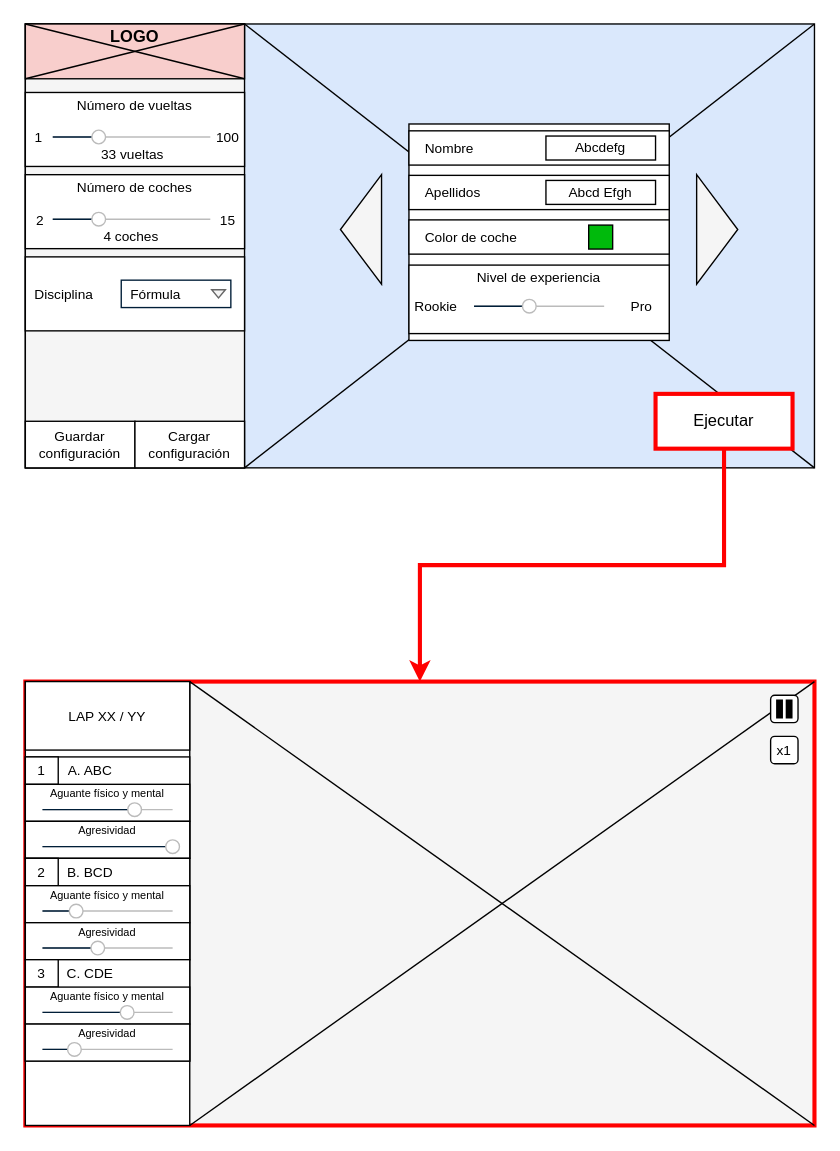
amt911/TFG-Documento keeps this draw.io diagram as page "Nav-Diagram" (8 of 9) of diagramas/grafo-sistema.drawio. Above is the earlier version. Source tidied: cells renumbered, new cells numbered last; positions are measured from the earlier drawing's top-left corner, leaving out a move shared by most shapes. Both pictures are drawn from the tidied source at 137%, with x=0, y=0 at pixel (25, 23).
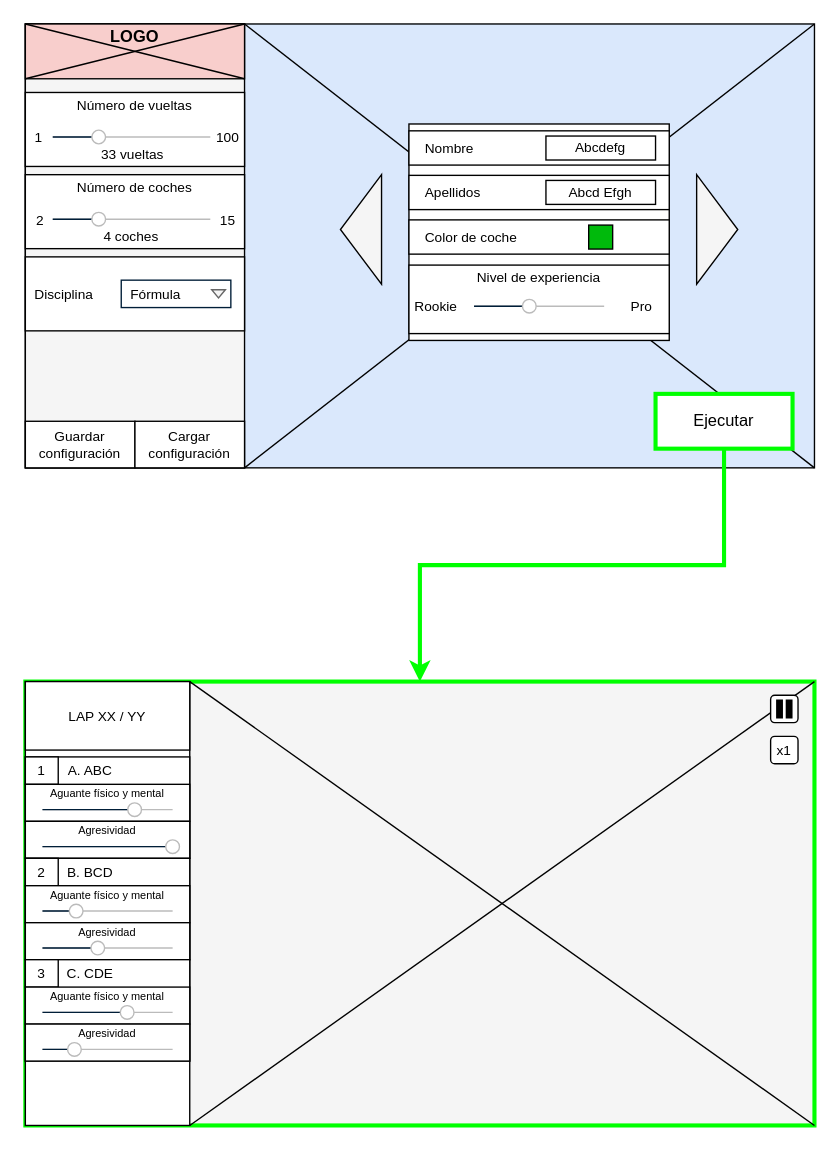
The same page after the edit.

Unchanged cells that the change refers to:
```xml
<mxCell id="2" style="group;" parent="1" vertex="1">
  <mxGeometry y="480" width="576" height="324" as="geometry" />
</mxCell>
<mxCell id="32" style="group;strokeColor=none;" parent="1" vertex="1">
  <mxGeometry width="576" height="324" as="geometry" />
</mxCell>
```

Change to the diagram source:
```diff
@@
-    <mxCell id="3" style="rounded=0;whiteSpace=wrap;html=1;fontSize=10;fillColor=#f5f5f5;fontColor=#333333;strokeColor=#FF0000;strokeWidth=3;" parent="2" vertex="1">
+    <mxCell id="3" style="rounded=0;whiteSpace=wrap;html=1;fontSize=10;fillColor=#f5f5f5;fontColor=#333333;strokeColor=#00FF00;strokeWidth=3;" parent="2" vertex="1">
       <mxGeometry width="576" height="324" as="geometry" />
     </mxCell>
@@
-    <mxCell id="40" value="Ejecutar" style="rounded=0;whiteSpace=wrap;html=1;strokeColor=#FF0000;strokeWidth=3;" parent="32" vertex="1">
+    <mxCell id="40" value="Ejecutar" style="rounded=0;whiteSpace=wrap;html=1;strokeColor=#00FF00;strokeWidth=3;" parent="32" vertex="1">
       <mxGeometry x="460" y="270" width="100" height="40" as="geometry" />
     </mxCell>
@@
-    <mxCell id="71" style="edgeStyle=orthogonalEdgeStyle;rounded=0;jettySize=auto;html=1;entryX=0.5;entryY=0;entryDx=0;entryDy=0;strokeWidth=3;strokeColor=#FF0000;" parent="1" edge="1" source="40" target="3">
+    <mxCell id="71" style="edgeStyle=orthogonalEdgeStyle;rounded=0;jettySize=auto;html=1;entryX=0.5;entryY=0;entryDx=0;entryDy=0;strokeWidth=3;strokeColor=#00FF00;" parent="1" edge="1" source="40" target="3">
       <mxGeometry relative="1" as="geometry" />
     </mxCell>
```
